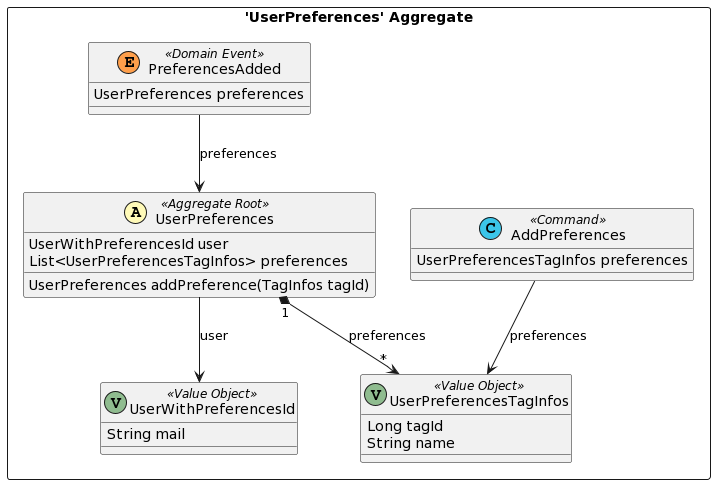
esgi-lyon/question-ddd keeps this PlantUML diagram as doc/dist/src-gen/gamedev_BC_SendQuestionContext_UserPreferences.png. Above is the earlier version.
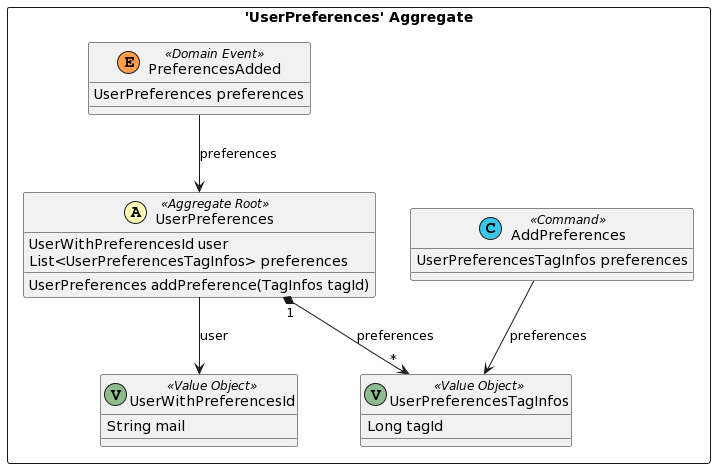
Later version of the same file.

The edit, as a diff of the source:
```diff
@@ -12,7 +12,6 @@
 	}
 	class UserPreferencesTagInfos <<(V,DarkSeaGreen) Value Object>> {
 		Long tagId
-		String name
 	}
 	class AddPreferences <<(C,#3bc5e9) Command>> {
 		UserPreferencesTagInfos preferences
```
